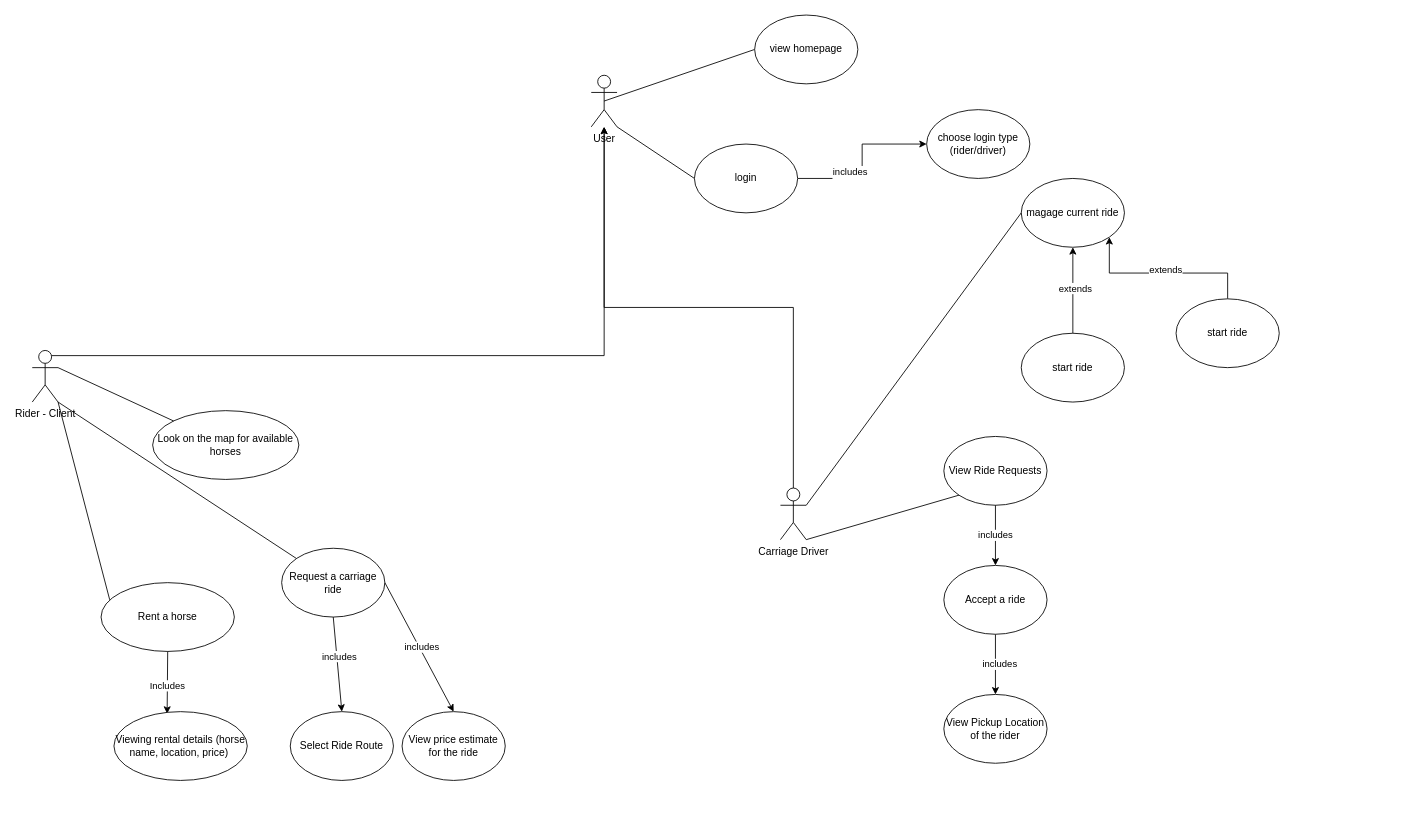
Before: doc/UseCaseDiagram-HorseShare.drawio.drawio in KOTerra/utcn-HorseShare, a draw.io diagram. Source tidied: cells renumbered, new cells numbered last; positions are measured from the earlier drawing's top-left corner, leaving out a move shared by most shapes. Both pictures are drawn from the tidied source at 86%, with x=0, y=0 at pixel (32, 15).
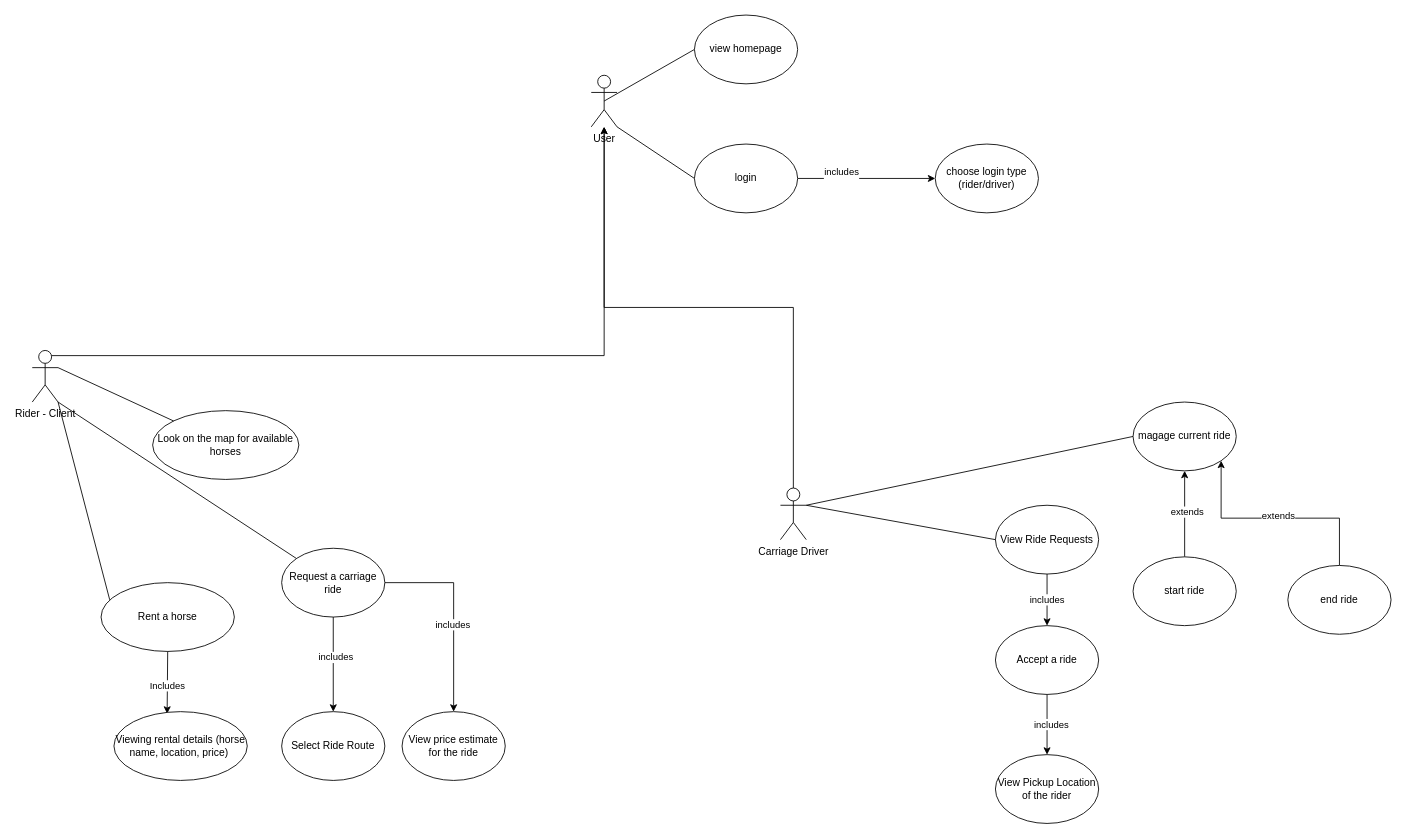
Above is the later version.

Unchanged cells that the change refers to:
```xml
<mxCell id="9" value="Request a carriage ride" style="ellipse;whiteSpace=wrap;html=1;" parent="1" vertex="1">
  <mxGeometry x="290" y="620" width="120" height="80" as="geometry" />
</mxCell>
<mxCell id="15" value="&lt;div&gt;View price estimate&lt;/div&gt;&lt;div&gt;for the ride&lt;/div&gt;" style="ellipse;whiteSpace=wrap;html=1;" parent="1" vertex="1">
  <mxGeometry x="430" y="810" width="120" height="80" as="geometry" />
</mxCell>
<mxCell id="17" value="&lt;div&gt;Carriage Driver&lt;/div&gt;&lt;div&gt;&lt;br&gt;&lt;/div&gt;" style="shape=umlActor;verticalLabelPosition=bottom;verticalAlign=top;html=1;outlineConnect=0;" parent="1" vertex="1">
  <mxGeometry x="870" y="550" width="30" height="60" as="geometry" />
</mxCell>
```

Change to the diagram source:
```diff
@@
+    <mxCell id="13" style="edgeStyle=orthogonalEdgeStyle;rounded=0;jettySize=auto;html=1;exitX=1;exitY=0.5;exitDx=0;exitDy=0;" parent="1" edge="1" source="9" target="15">
+      <mxGeometry relative="1" as="geometry" />
+    </mxCell>
+    <mxCell id="14" value="includes" style="edgeLabel;html=1;align=center;verticalAlign=middle;" parent="13" vertex="1">
+      <mxGeometry x="0.11" y="-2" relative="1" as="geometry" />
+    </mxCell>
@@
     <mxCell id="10" value="Select Ride Route" style="ellipse;whiteSpace=wrap;html=1;" parent="1" vertex="1">
-      <mxGeometry x="300" y="810" width="120" height="80" as="geometry" />
+      <mxGeometry x="290" y="810" width="120" height="80" as="geometry" />
     </mxCell>
@@
-    <mxCell id="13" style="endArrow=classic;html=1;rounded=0;exitX=1;exitY=0.5;exitDx=0;exitDy=0;entryX=0.5;entryY=0;entryDx=0;entryDy=0;" parent="1" edge="1" source="9" target="15">
-      <mxGeometry relative="1" as="geometry" />
-    </mxCell>
-    <mxCell id="14" value="includes" style="edgeLabel;html=1;align=center;verticalAlign=middle;" parent="13" vertex="1">
-      <mxGeometry x="0.01" y="2" relative="1" as="geometry" />
-    </mxCell>
@@
     <mxCell id="18" value="View Ride Requests" style="ellipse;whiteSpace=wrap;html=1;" parent="1" vertex="1">
-      <mxGeometry x="1060" y="490" width="120" height="80" as="geometry" />
+      <mxGeometry x="1120" y="570" width="120" height="80" as="geometry" />
     </mxCell>
@@
     <mxCell id="21" value="Accept a ride" style="ellipse;whiteSpace=wrap;html=1;" parent="1" vertex="1">
-      <mxGeometry x="1060" y="640" width="120" height="80" as="geometry" />
+      <mxGeometry x="1120" y="710" width="120" height="80" as="geometry" />
     </mxCell>
@@
-    <mxCell id="23" style="endArrow=none;html=1;rounded=0;entryX=0;entryY=1;entryDx=0;entryDy=0;exitX=1;exitY=1;exitDx=0;exitDy=0;exitPerimeter=0;" parent="1" edge="1" source="17" target="18">
+    <mxCell id="23" style="endArrow=none;html=1;rounded=0;entryX=0;entryY=0.5;entryDx=0;entryDy=0;exitX=1;exitY=0.3333333333333333;exitDx=0;exitDy=0;exitPerimeter=0;" parent="1" edge="1" source="17" target="18">
       <mxGeometry relative="1" as="geometry" />
     </mxCell>
@@
     <mxCell id="25" value="View Pickup Location of the rider" style="ellipse;whiteSpace=wrap;html=1;" parent="1" vertex="1">
-      <mxGeometry x="1060" y="790" width="120" height="80" as="geometry" />
+      <mxGeometry x="1120" y="860" width="120" height="80" as="geometry" />
     </mxCell>
     <mxCell id="26" value="magage current ride" style="ellipse;whiteSpace=wrap;html=1;" parent="1" vertex="1">
-      <mxGeometry x="1150" y="190" width="120" height="80" as="geometry" />
+      <mxGeometry x="1280" y="450" width="120" height="80" as="geometry" />
     </mxCell>
     <mxCell id="27" style="endArrow=classic;html=1;rounded=0;" parent="1" edge="1" target="26">
       <mxGeometry relative="1" as="geometry">
-        <mxPoint x="1210" y="370" as="sourcePoint" />
+        <mxPoint x="1340" y="630" as="sourcePoint" />
       </mxGeometry>
     </mxCell>
@@
     <mxCell id="29" value="start ride" style="ellipse;whiteSpace=wrap;html=1;" parent="1" vertex="1">
-      <mxGeometry x="1150" y="370" width="120" height="80" as="geometry" />
+      <mxGeometry x="1280" y="630" width="120" height="80" as="geometry" />
     </mxCell>
@@
     <mxCell id="33" value="view homepage" style="ellipse;whiteSpace=wrap;html=1;" parent="1" vertex="1">
-      <mxGeometry x="840" width="120" height="80" as="geometry" />
+      <mxGeometry x="770" width="120" height="80" as="geometry" />
     </mxCell>
@@
     <mxCell id="35" value="choose login type&lt;div&gt;(rider/driver)&lt;/div&gt;" style="ellipse;whiteSpace=wrap;html=1;" parent="1" vertex="1">
-      <mxGeometry x="1040" y="110" width="120" height="80" as="geometry" />
+      <mxGeometry x="1050" y="150" width="120" height="80" as="geometry" />
     </mxCell>
@@
-    <mxCell id="38" value="start ride" style="ellipse;whiteSpace=wrap;html=1;" parent="1" vertex="1">
-      <mxGeometry x="1330" y="330" width="120" height="80" as="geometry" />
+    <mxCell id="38" value="end ride" style="ellipse;whiteSpace=wrap;html=1;" parent="1" vertex="1">
+      <mxGeometry x="1460" y="640" width="120" height="80" as="geometry" />
     </mxCell>
```
